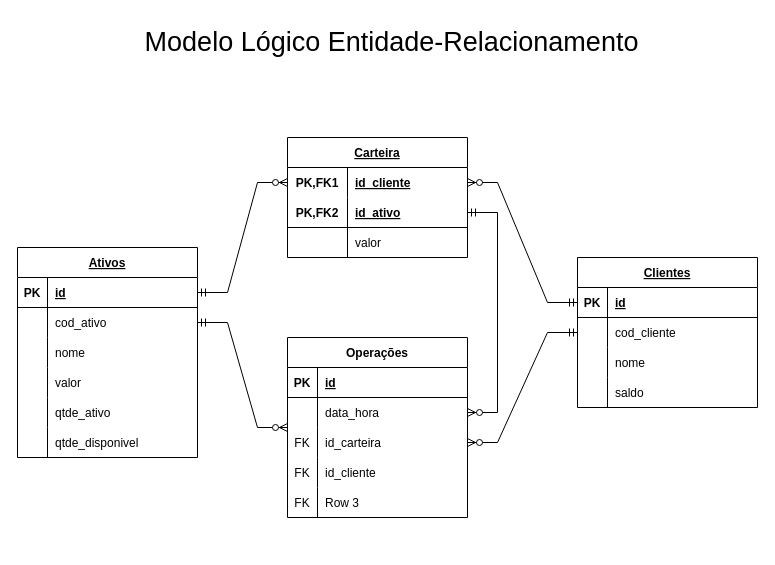
This is Modelo Lógico ER.drawio from Fabio-Vicente/desafio-xp, a draw.io file, before an edit. Source tidied: cells renumbered, new cells numbered last; positions are measured from the earlier drawing's top-left corner, leaving out a move shared by most shapes. Both pictures are drawn from the tidied source at 100%, with x=0, y=0 at pixel (17, 17).
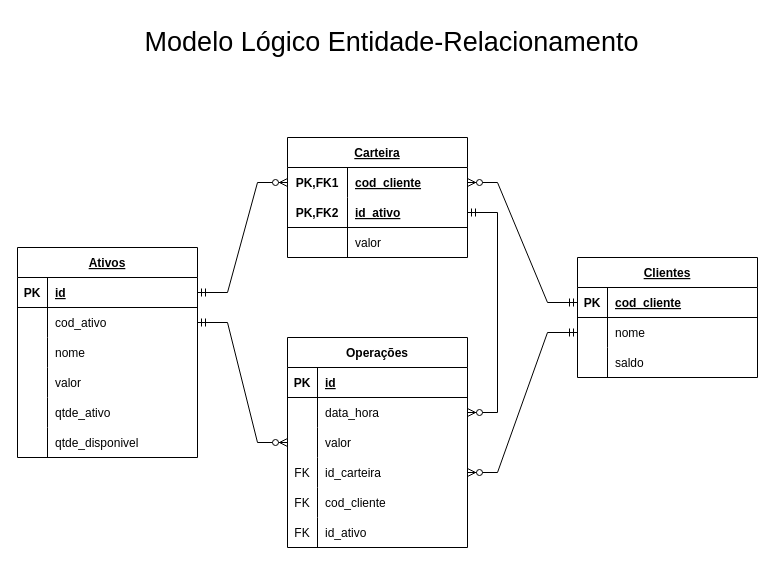
After the change.

Commit message:
fix: :adhesive_bandage: Suit logical DER

Unchanged cells that the change refers to:
```xml
<mxCell id="22" style="shape=tableRow;horizontal=0;startSize=0;swimlaneHead=0;swimlaneBody=0;fillColor=none;points=[[0,0.5],[1,0.5]];portConstraint=eastwest;top=0;left=0;right=0;bottom=1;" parent="21" vertex="1">
  <mxGeometry y="30" width="180" height="30" as="geometry" />
</mxCell>
<mxCell id="35" style="shape=tableRow;horizontal=0;startSize=0;swimlaneHead=0;swimlaneBody=0;fillColor=none;points=[[0,0.5],[1,0.5]];portConstraint=eastwest;top=0;left=0;right=0;bottom=0;" parent="34" vertex="1">
  <mxGeometry y="30" width="180" height="30" as="geometry" />
</mxCell>
```

What changed in the source:
```diff
@@
     <mxCell id="21" value="Clientes" style="shape=table;startSize=30;childLayout=tableLayout;rowLines=0;fontStyle=5;align=center;" parent="1" vertex="1">
-      <mxGeometry x="560" y="240" width="180" height="150" as="geometry" />
+      <mxGeometry x="560" y="240" width="180" height="120" as="geometry" />
     </mxCell>
@@
-    <mxCell id="24" value="id" style="shape=partialRectangle;fillColor=none;top=0;left=0;bottom=0;right=0;align=left;spacingLeft=6;fontStyle=5;overflow=hidden;" parent="22" vertex="1">
+    <mxCell id="24" value="cod_cliente" style="shape=partialRectangle;fillColor=none;top=0;left=0;bottom=0;right=0;align=left;spacingLeft=6;fontStyle=5;overflow=hidden;" parent="22" vertex="1">
       <mxGeometry x="30" width="150" height="30" as="geometry" />
     </mxCell>
-    <mxCell id="25" style="shape=tableRow;horizontal=0;startSize=0;swimlaneHead=0;swimlaneBody=0;fillColor=none;points=[[0,0.5],[1,0.5]];portConstraint=eastwest;top=0;left=0;right=0;bottom=0;" parent="21" vertex="1">
-      <mxGeometry y="60" width="180" height="30" as="geometry" />
-    </mxCell>
-    <mxCell id="26" style="shape=partialRectangle;fillColor=none;top=0;left=0;bottom=0;right=0;overflow=hidden;" parent="25" vertex="1">
-      <mxGeometry width="30" height="30" as="geometry" />
-    </mxCell>
-    <mxCell id="27" value="cod_cliente" style="shape=partialRectangle;fillColor=none;top=0;left=0;bottom=0;right=0;align=left;spacingLeft=6;overflow=hidden;" parent="25" vertex="1">
-      <mxGeometry x="30" width="150" height="30" as="geometry" />
-    </mxCell>
     <mxCell id="28" style="shape=tableRow;horizontal=0;startSize=0;swimlaneHead=0;swimlaneBody=0;fillColor=none;points=[[0,0.5],[1,0.5]];portConstraint=eastwest;top=0;left=0;right=0;bottom=0;" parent="21" vertex="1">
-      <mxGeometry y="90" width="180" height="30" as="geometry" />
+      <mxGeometry y="60" width="180" height="30" as="geometry" />
     </mxCell>
@@
     <mxCell id="31" style="shape=tableRow;horizontal=0;startSize=0;swimlaneHead=0;swimlaneBody=0;fillColor=none;top=0;left=0;right=0;bottom=0;" parent="21" vertex="1">
-      <mxGeometry y="120" width="180" height="30" as="geometry" />
+      <mxGeometry y="90" width="180" height="30" as="geometry" />
     </mxCell>
@@
-    <mxCell id="37" value="id_cliente" style="shape=partialRectangle;fillColor=none;top=0;left=0;bottom=0;right=0;align=left;spacingLeft=6;fontStyle=5;overflow=hidden;" parent="35" vertex="1">
+    <mxCell id="37" value="cod_cliente" style="shape=partialRectangle;fillColor=none;top=0;left=0;bottom=0;right=0;align=left;spacingLeft=6;fontStyle=5;overflow=hidden;" parent="35" vertex="1">
       <mxGeometry x="60" width="120" height="30" as="geometry" />
     </mxCell>
@@
     <mxCell id="46" value="Operações" style="shape=table;startSize=30;childLayout=tableLayout;rowLines=0;fontStyle=1;align=center;" parent="1" vertex="1">
-      <mxGeometry x="270" y="320" width="180" height="180" as="geometry" />
+      <mxGeometry x="270" y="320" width="180" height="210" as="geometry" />
     </mxCell>
@@
+    <mxCell id="66" style="shape=tableRow;horizontal=0;startSize=0;swimlaneHead=0;swimlaneBody=0;fillColor=none;top=0;left=0;right=0;bottom=0;" parent="46" vertex="1">
+      <mxGeometry y="90" width="180" height="30" as="geometry" />
+    </mxCell>
+    <mxCell id="26" style="shape=partialRectangle;fillColor=none;top=0;left=0;bottom=0;right=0;overflow=hidden;" parent="66" vertex="1">
+      <mxGeometry width="30" height="30" as="geometry" />
+    </mxCell>
+    <mxCell id="67" value="valor" style="shape=partialRectangle;fillColor=none;top=0;left=0;bottom=0;right=0;align=left;spacingLeft=6;overflow=hidden;" parent="66" vertex="1">
+      <mxGeometry x="30" width="150" height="30" as="geometry" />
+    </mxCell>
     <mxCell id="53" style="shape=tableRow;horizontal=0;startSize=0;swimlaneHead=0;swimlaneBody=0;fillColor=none;points=[[0,0.5],[1,0.5]];portConstraint=eastwest;top=0;left=0;right=0;bottom=0;" parent="46" vertex="1">
-      <mxGeometry y="90" width="180" height="30" as="geometry" />
+      <mxGeometry y="120" width="180" height="30" as="geometry" />
     </mxCell>
@@
     <mxCell id="56" style="shape=tableRow;horizontal=0;startSize=0;swimlaneHead=0;swimlaneBody=0;fillColor=none;top=0;left=0;right=0;bottom=0;" parent="46" vertex="1">
-      <mxGeometry y="120" width="180" height="30" as="geometry" />
+      <mxGeometry y="150" width="180" height="30" as="geometry" />
     </mxCell>
@@
-    <mxCell id="58" value="id_cliente" style="shape=partialRectangle;fillColor=none;top=0;left=0;bottom=0;right=0;align=left;spacingLeft=6;overflow=hidden;" parent="56" vertex="1">
+    <mxCell id="58" value="cod_cliente" style="shape=partialRectangle;fillColor=none;top=0;left=0;bottom=0;right=0;align=left;spacingLeft=6;overflow=hidden;" parent="56" vertex="1">
       <mxGeometry x="30" width="150" height="30" as="geometry" />
     </mxCell>
     <mxCell id="59" style="shape=tableRow;horizontal=0;startSize=0;swimlaneHead=0;swimlaneBody=0;fillColor=none;top=0;left=0;right=0;bottom=0;" parent="46" vertex="1">
-      <mxGeometry y="150" width="180" height="30" as="geometry" />
+      <mxGeometry y="180" width="180" height="30" as="geometry" />
     </mxCell>
@@
-    <mxCell id="61" value="Row 3" style="shape=partialRectangle;fillColor=none;top=0;left=0;bottom=0;right=0;align=left;spacingLeft=6;overflow=hidden;" parent="59" vertex="1">
+    <mxCell id="61" value="id_ativo" style="shape=partialRectangle;fillColor=none;top=0;left=0;bottom=0;right=0;align=left;spacingLeft=6;overflow=hidden;" parent="59" vertex="1">
       <mxGeometry x="30" width="150" height="30" as="geometry" />
     </mxCell>
@@
-    <mxCell id="63" style="edgeStyle=entityRelationEdgeStyle;fontSize=12;html=1;endArrow=ERzeroToMany;startArrow=ERmandOne;rounded=0;entryX=1;entryY=0.5;entryDx=0;entryDy=0;exitX=0;exitY=0.5;exitDx=0;exitDy=0;" parent="1" edge="1" source="25" target="53">
+    <mxCell id="63" style="edgeStyle=entityRelationEdgeStyle;fontSize=12;html=1;endArrow=ERzeroToMany;startArrow=ERmandOne;rounded=0;entryX=1;entryY=0.5;entryDx=0;entryDy=0;exitX=0;exitY=0.5;exitDx=0;exitDy=0;" parent="1" edge="1" source="28" target="53">
       <mxGeometry relative="1" as="geometry" />
     </mxCell>
```
